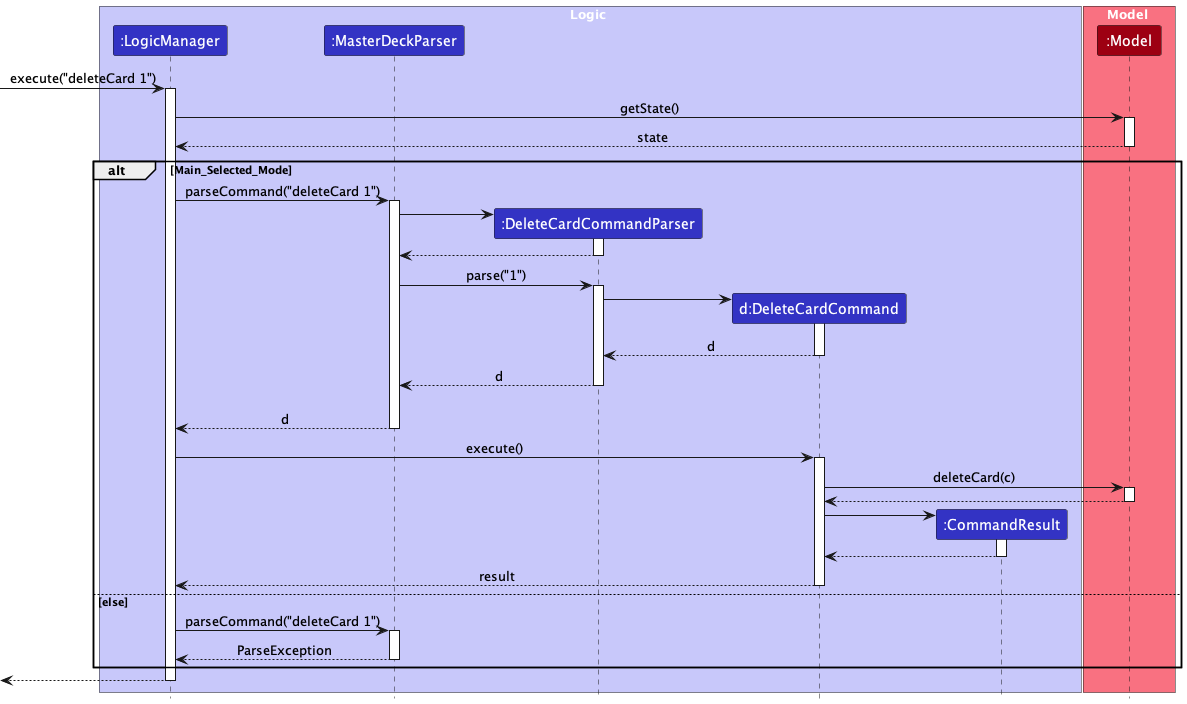
nus-cs2103-AY2223S2/tp keeps this PlantUML diagram as docs/images/DeleteCardSequenceDiagram.png. Above is the earlier version.
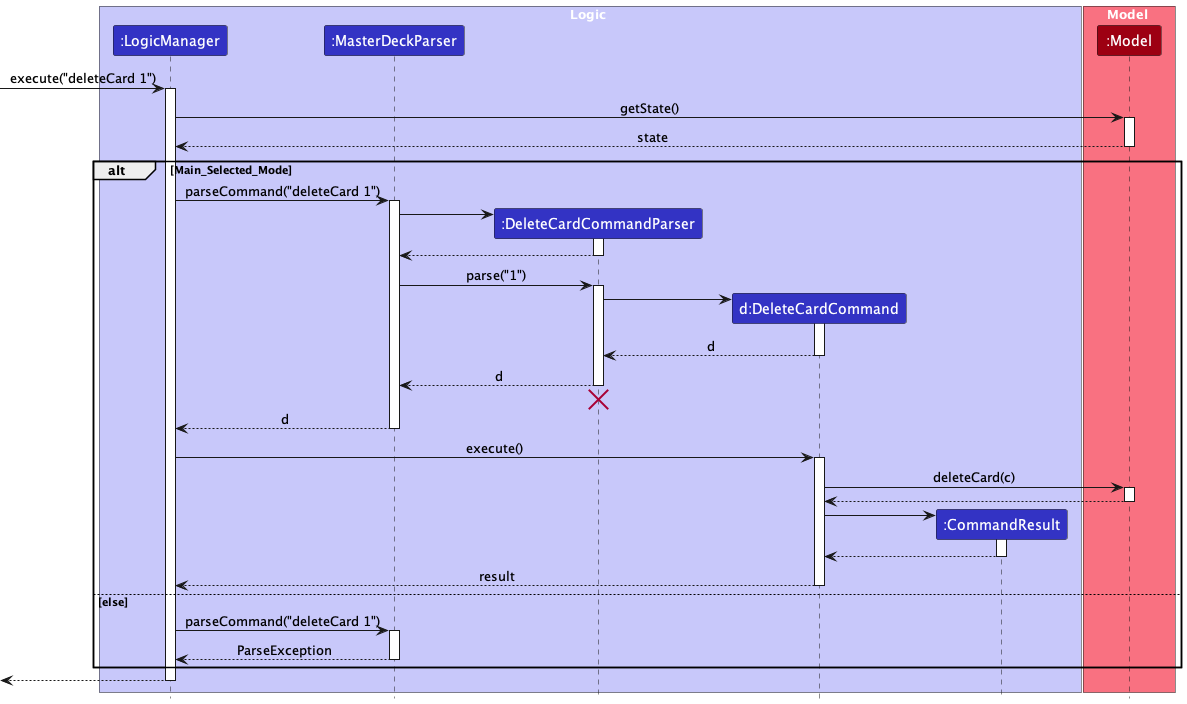
Later version of the same file.

Commit message:
Add destory marker

Change to the diagram source:
```diff
@@ -43,7 +43,7 @@
     DeleteCardCommandParser --> MasterDeckParser : d
     deactivate DeleteCardCommandParser
     DeleteCardCommandParser -[hidden]-> MasterDeckParser
-
+    destroy DeleteCardCommandParser
     MasterDeckParser --> LogicManager : d
     deactivate MasterDeckParser
 
```
